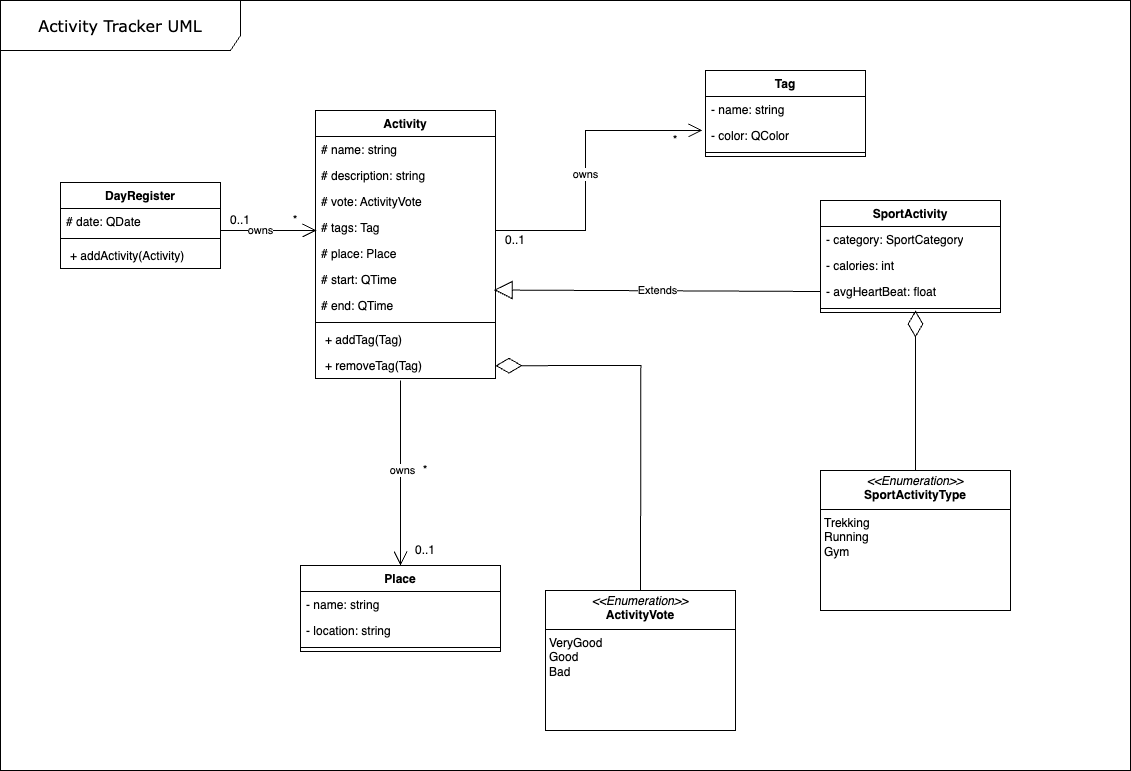
ArturoViti/Activity_Tracker_LP keeps this draw.io diagram as docs/ActivityTracker_UML.png. Above is the earlier version. Source tidied: cells renumbered, new cells last; positions are measured from the earlier drawing's top-left corner, leaving out a move shared by most shapes.
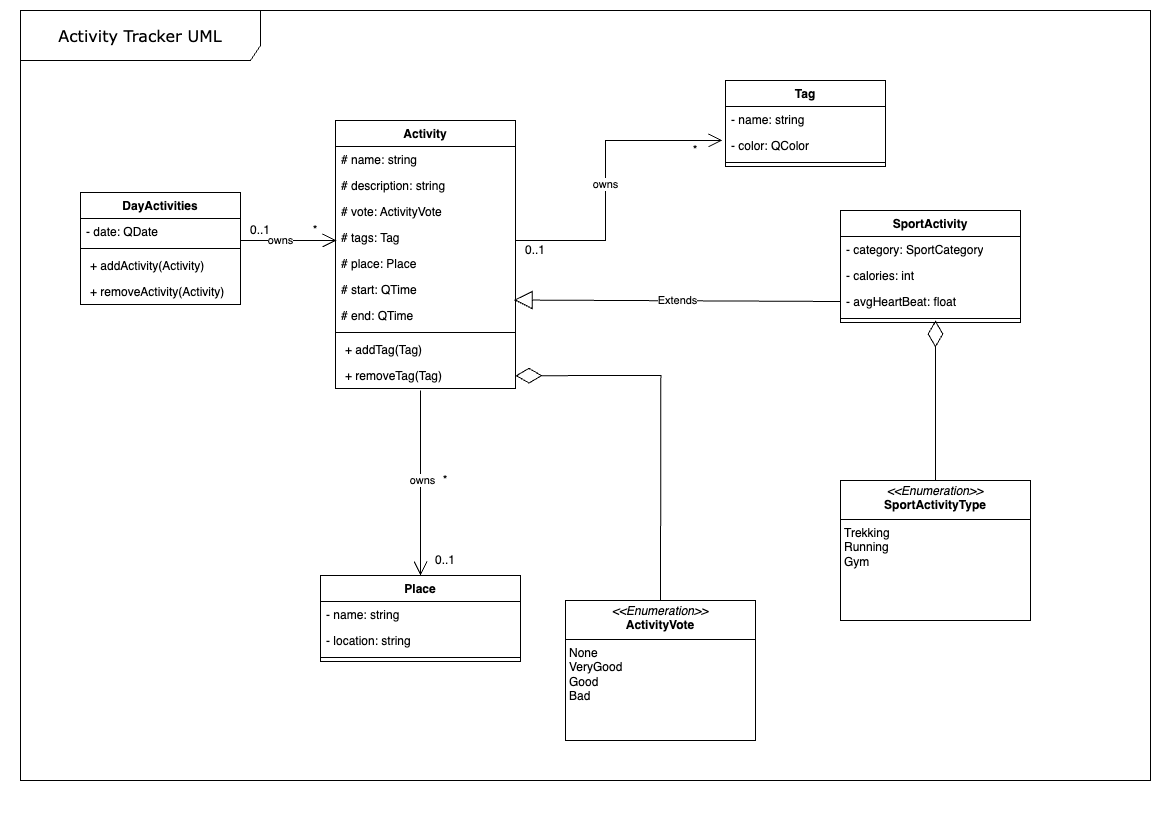
Later version of the same file.

Change to the diagram source:
```diff
@@ -65,7 +65,7 @@
     <mxCell id="18" value="0..1" style="text;html=1;align=center;verticalAlign=middle;whiteSpace=wrap;rounded=0;" parent="1" vertex="1">
       <mxGeometry x="405" y="540" width="40" height="20" as="geometry" />
     </mxCell>
-    <mxCell id="19" value="&lt;p style=&quot;margin:0px;margin-top:4px;text-align:center;&quot;&gt;&lt;i&gt;&amp;lt;&amp;lt;Enumeration&amp;gt;&amp;gt;&lt;/i&gt;&lt;br&gt;&lt;b&gt;ActivityVote&lt;/b&gt;&lt;/p&gt;&lt;hr size=&quot;1&quot; style=&quot;border-style:solid;&quot;&gt;&lt;p style=&quot;margin:0px;margin-left:4px;&quot;&gt;VeryGood&lt;/p&gt;&lt;p style=&quot;margin:0px;margin-left:4px;&quot;&gt;Good&lt;/p&gt;&lt;p style=&quot;margin:0px;margin-left:4px;&quot;&gt;Bad&lt;/p&gt;" style="verticalAlign=top;align=left;overflow=fill;html=1;whiteSpace=wrap;" parent="1" vertex="1">
+    <mxCell id="19" value="&lt;p style=&quot;margin:0px;margin-top:4px;text-align:center;&quot;&gt;&lt;i&gt;&amp;lt;&amp;lt;Enumeration&amp;gt;&amp;gt;&lt;/i&gt;&lt;br&gt;&lt;b&gt;ActivityVote&lt;/b&gt;&lt;/p&gt;&lt;hr size=&quot;1&quot; style=&quot;border-style:solid;&quot;&gt;&lt;p style=&quot;margin:0px;margin-left:4px;&quot;&gt;None&lt;/p&gt;&lt;p style=&quot;margin:0px;margin-left:4px;&quot;&gt;VeryGood&lt;/p&gt;&lt;p style=&quot;margin:0px;margin-left:4px;&quot;&gt;Good&lt;/p&gt;&lt;p style=&quot;margin:0px;margin-left:4px;&quot;&gt;Bad&lt;/p&gt;" style="verticalAlign=top;align=left;overflow=fill;html=1;whiteSpace=wrap;" parent="1" vertex="1">
       <mxGeometry x="545" y="590" width="190" height="140" as="geometry" />
     </mxCell>
     <mxCell id="20" style="endArrow=diamondThin;endFill=0;endSize=24;html=1;rounded=0;entryX=0.998;entryY=0.772;entryDx=0;entryDy=0;entryPerimeter=0;exitX=0.5;exitY=0;exitDx=0;exitDy=0;fillOpacity=100;flowAnimation=0;shadow=0;strokeColor=default;" parent="1" edge="1" source="19">
@@ -109,10 +109,10 @@
     <mxCell id="31" value="&lt;p style=&quot;border-color: var(--border-color); margin: 0px 0px 0px 4px;&quot;&gt;+ removeTag(Tag)&lt;/p&gt;&lt;div&gt;&lt;br&gt;&lt;/div&gt;" style="text;strokeColor=none;fillColor=none;align=left;verticalAlign=top;spacingLeft=4;spacingRight=4;overflow=hidden;whiteSpace=wrap;html=1;" parent="21" vertex="1">
       <mxGeometry y="242" width="180" height="26" as="geometry" />
     </mxCell>
-    <mxCell id="32" value="DayRegister" style="swimlane;fontStyle=1;align=center;verticalAlign=top;horizontal=1;startSize=26;whiteSpace=wrap;html=1;" parent="1" vertex="1">
-      <mxGeometry x="60" y="182" width="160" height="86" as="geometry" />
+    <mxCell id="32" value="DayActivities" style="swimlane;fontStyle=1;align=center;verticalAlign=top;horizontal=1;startSize=26;whiteSpace=wrap;html=1;" parent="1" vertex="1">
+      <mxGeometry x="60" y="182" width="160" height="112" as="geometry" />
     </mxCell>
-    <mxCell id="33" value="# date: QDate" style="text;strokeColor=none;fillColor=none;align=left;verticalAlign=top;spacingLeft=4;spacingRight=4;overflow=hidden;whiteSpace=wrap;html=1;" parent="32" vertex="1">
+    <mxCell id="33" value="- date: QDate" style="text;strokeColor=none;fillColor=none;align=left;verticalAlign=top;spacingLeft=4;spacingRight=4;overflow=hidden;whiteSpace=wrap;html=1;" parent="32" vertex="1">
       <mxGeometry y="26" width="160" height="26" as="geometry" />
     </mxCell>
     <mxCell id="34" style="line;strokeWidth=1;fillColor=none;align=left;verticalAlign=middle;spacingTop=-1;spacingLeft=3;spacingRight=3;labelPosition=right;strokeColor=inherit;" parent="32" vertex="1">
@@ -121,6 +121,9 @@
     <mxCell id="35" value="&lt;p style=&quot;border-color: var(--border-color); margin: 0px 0px 0px 4px;&quot;&gt;+ addActivity(Activity)&lt;/p&gt;&lt;div&gt;&lt;br&gt;&lt;/div&gt;" style="text;strokeColor=none;fillColor=none;align=left;verticalAlign=top;spacingLeft=4;spacingRight=4;overflow=hidden;whiteSpace=wrap;html=1;" parent="32" vertex="1">
       <mxGeometry y="60" width="160" height="26" as="geometry" />
     </mxCell>
+    <mxCell id="48" value="&lt;p style=&quot;border-color: var(--border-color); margin: 0px 0px 0px 4px;&quot;&gt;+ removeActivity(Activity)&lt;/p&gt;&lt;div&gt;&lt;br&gt;&lt;/div&gt;" style="text;strokeColor=none;fillColor=none;align=left;verticalAlign=top;spacingLeft=4;spacingRight=4;overflow=hidden;whiteSpace=wrap;html=1;" parent="32" vertex="1">
+      <mxGeometry y="86" width="160" height="26" as="geometry" />
+    </mxCell>
     <mxCell id="36" style="endArrow=open;endFill=1;endSize=12;html=1;rounded=0;exitX=1.004;exitY=-0.073;exitDx=0;exitDy=0;exitPerimeter=0;entryX=0.009;entryY=0.004;entryDx=0;entryDy=0;entryPerimeter=0;" parent="1" edge="1">
       <mxGeometry relative="1" as="geometry">
         <mxPoint x="220" y="230" as="sourcePoint" />
```
